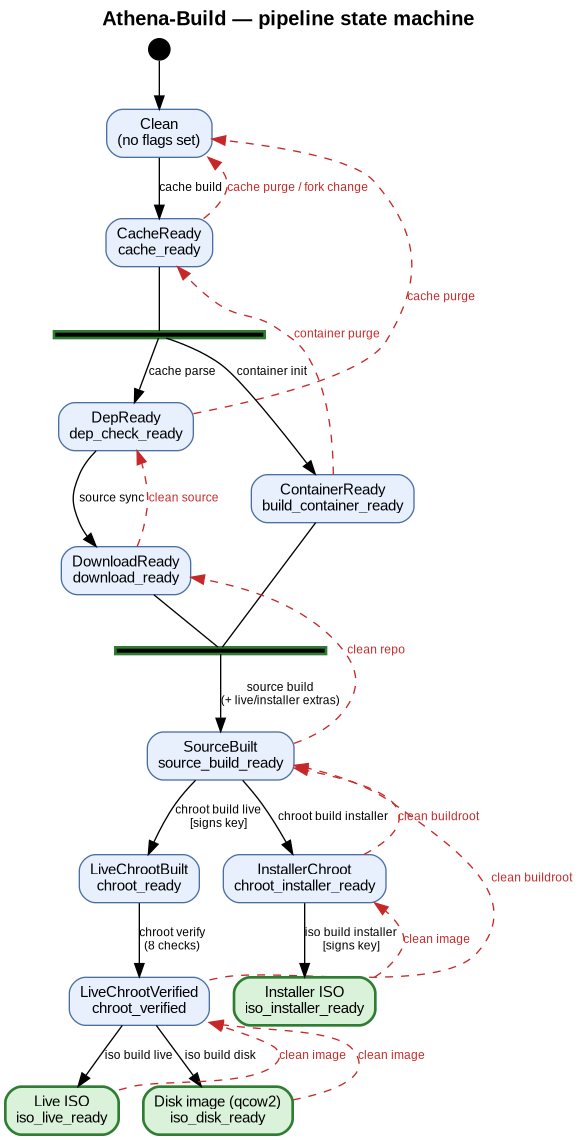
Before: docs/diagrams/build-fsm.png, a diagram exported from Graphviz (summertanks/Athena-Build). Its source is kept beside it as docs/diagrams/build-fsm.dot.
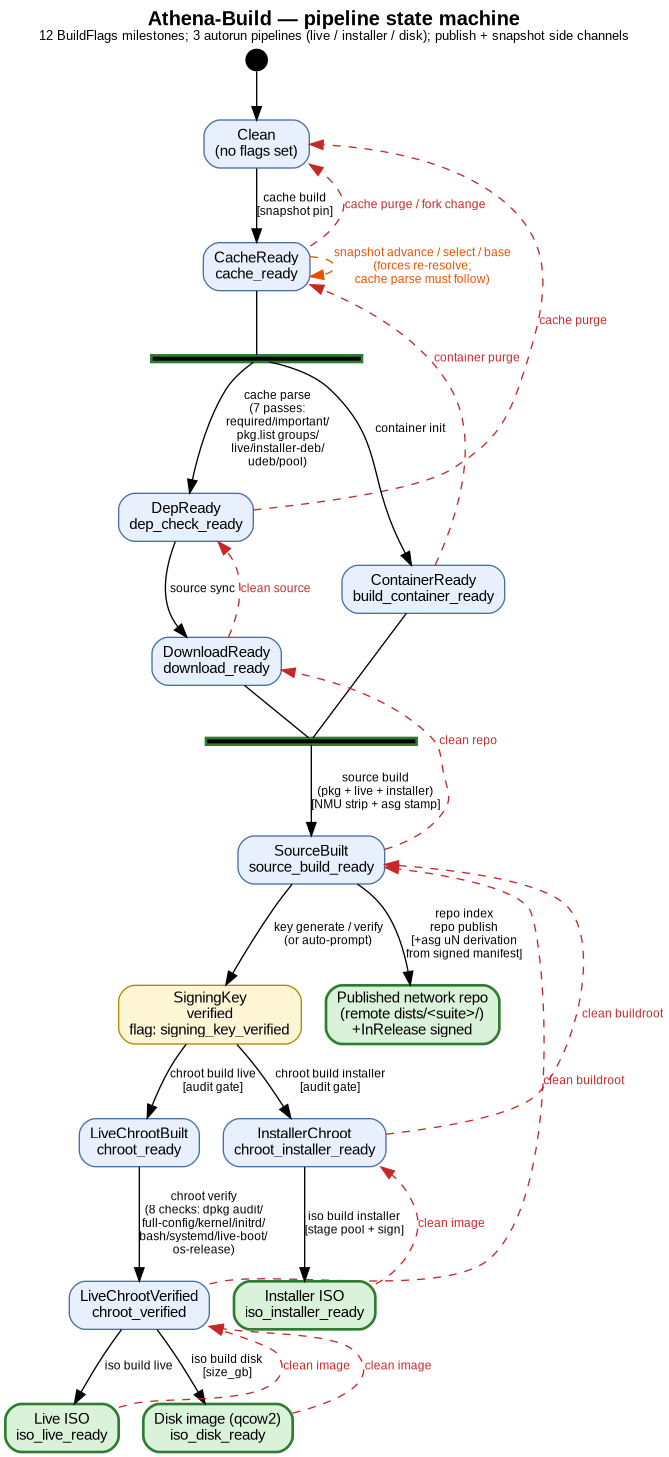
After the commit.

What changed in the source:
```diff
@@ -3,7 +3,7 @@
     rankdir=TB;
     bgcolor="white";
     labelloc="t";
-    label=<<b>Athena-Build &mdash; pipeline state machine</b>>;
+    label=<<b>Athena-Build &mdash; pipeline state machine</b><br/><font point-size="10">12 BuildFlags milestones; 3 autorun pipelines (live / installer / disk); publish + snapshot side channels</font>>;
     fontname="Helvetica"; fontsize=15;
     node [fontname="Helvetica", fontsize=11];
     edge [fontname="Helvetica", fontsize=9];
@@ -21,29 +21,39 @@
     LiveChrootVerified [label="LiveChrootVerified\nchroot_verified"];
     InstallerChroot    [label="InstallerChroot\nchroot_installer_ready"];
 
+    node [shape=box, style="rounded,filled", fillcolor="#FFF6D6", color="#B08900"];
+    SigningKeyVerified [label="SigningKey\nverified\nflag: signing_key_verified"];
+
     node [shape=box, style="rounded,filled", fillcolor="#D9F2D9", color="#2E7D32", penwidth=2];
-    LiveISO      [label="Live ISO\niso_live_ready"];
-    InstallerISO [label="Installer ISO\niso_installer_ready"];
-    DiskImage    [label="Disk image (qcow2)\niso_disk_ready"];
+    LiveISO       [label="Live ISO\niso_live_ready"];
+    InstallerISO  [label="Installer ISO\niso_installer_ready"];
+    DiskImage     [label="Disk image (qcow2)\niso_disk_ready"];
+    NetworkRepo   [label="Published network repo\n(remote dists/&lt;suite&gt;/)\n+InRelease signed"];
 
     cache_fork [shape=box, width=2.2, height=0.07, style=filled, fillcolor=black, label=""];
     src_join   [shape=box, width=2.2, height=0.07, style=filled, fillcolor=black, label=""];
 
     start -> Clean;
-    Clean -> CacheReady [label="cache build"];
+    Clean -> CacheReady [label="cache build\n[snapshot pin]"];
     CacheReady -> cache_fork [arrowhead=none];
-    cache_fork -> DepReady       [label="cache parse"];
+    cache_fork -> DepReady       [label="cache parse\n(7 passes:\nrequired/important/\npkg.list groups/\nlive/installer-deb/\nudeb/pool)"];
     cache_fork -> ContainerReady [label="container init"];
     DepReady -> DownloadReady [label="source sync"];
     DownloadReady  -> src_join [arrowhead=none];
     ContainerReady -> src_join [arrowhead=none];
-    src_join -> SourceBuilt [label="source build\n(+ live/installer extras)"];
-    SourceBuilt -> LiveChrootBuilt [label="chroot build live\n[signs key]"];
-    SourceBuilt -> InstallerChroot [label="chroot build installer"];
-    LiveChrootBuilt -> LiveChrootVerified [label="chroot verify\n(8 checks)"];
+    src_join -> SourceBuilt [label="source build\n(pkg + live + installer)\n[NMU strip + asg stamp]"];
+
+    SourceBuilt -> SigningKeyVerified [label="key generate / verify\n(or auto-prompt)"];
+    SigningKeyVerified -> LiveChrootBuilt [label="chroot build live\n[audit gate]"];
+    SigningKeyVerified -> InstallerChroot [label="chroot build installer\n[audit gate]"];
+
+    LiveChrootBuilt -> LiveChrootVerified [label="chroot verify\n(8 checks: dpkg audit/\nfull-config/kernel/initrd/\nbash/systemd/live-boot/\nos-release)"];
+
     LiveChrootVerified -> LiveISO    [label="iso build live"];
-    LiveChrootVerified -> DiskImage  [label="iso build disk"];
-    InstallerChroot   -> InstallerISO [label="iso build installer\n[signs key]"];
+    LiveChrootVerified -> DiskImage  [label="iso build disk\n[size_gb]"];
+    InstallerChroot   -> InstallerISO [label="iso build installer\n[stage pool + sign]"];
+
+    SourceBuilt -> NetworkRepo [label="repo index\nrepo publish\n[+asg uN derivation\nfrom signed manifest]"];
 
     edge [color="#C62828", fontcolor="#C62828", style=dashed, constraint=false];
     CacheReady     -> Clean        [label="cache purge / fork change"];
@@ -57,4 +67,7 @@
     DiskImage    -> LiveChrootVerified [label="clean image"];
     InstallerISO -> InstallerChroot    [label="clean image"];
 
+    edge [color="#E65100", fontcolor="#E65100", style=dashed];
+    CacheReady -> CacheReady [label="snapshot advance / select / base\n(forces re-resolve;\ncache parse must follow)"];
+
 }
```
